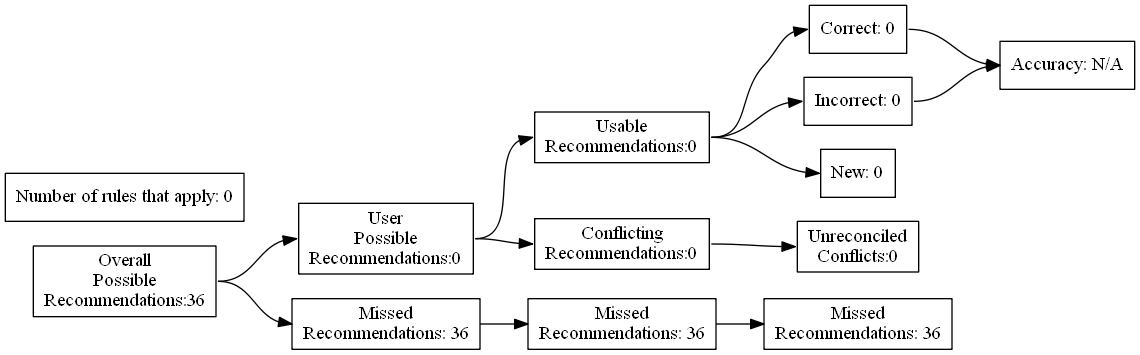
This is test_renders/83.gv.png from ZaxR/ibd_diet_analysis, a Graphviz export, as it was before one commit. Its source is kept beside it as test_renders/83.gv. The source it was exported from:
```dot
digraph {
	graph [rankdir=LR]
	node [pos=r shape=box]
	edge [headport=w tailport=e]
		A [label="Overall
Possible
Recommendations:36"]
		B [label="User
Possible
Recommendations:0"]
		C [label="Missed
Recommendations: 36"]
		D [label="Usable
Recommendations:0"]
		E [label="Conflicting
Recommendations:0"]
		J [label="Missed
Recommendations: 36"]
		M [label="Unreconciled
Conflicts:0"]
		F [label="Correct: 0"]
		G [label="Incorrect: 0"]
		H [label="New: 0"]
		K [label="Missed
Recommendations: 36"]
		I [label="Accuracy: N/A"]
		l [label="Number of rules that apply: 0"]
			A -> B
			A -> C
			B -> D
			B -> E
			D -> F
			D -> G
			D -> H
			F -> I
			G -> I
			C -> J
			J -> K
			E -> M
}
```
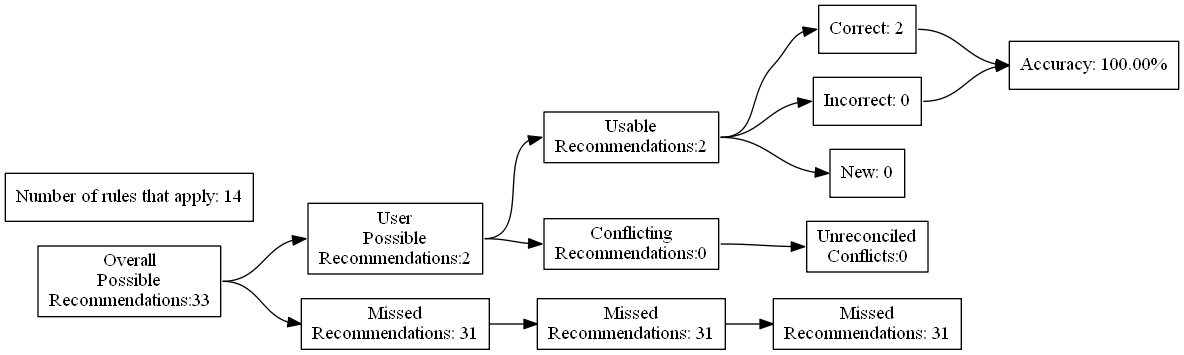
Later version of the same file.

Change to the diagram source:
```diff
@@ -4,27 +4,27 @@
 	edge [headport=w tailport=e]
 		A [label="Overall
 Possible
-Recommendations:36"]
+Recommendations:33"]
 		B [label="User
 Possible
-Recommendations:0"]
+Recommendations:2"]
 		C [label="Missed
-Recommendations: 36"]
+Recommendations: 31"]
 		D [label="Usable
-Recommendations:0"]
+Recommendations:2"]
 		E [label="Conflicting
 Recommendations:0"]
 		J [label="Missed
-Recommendations: 36"]
+Recommendations: 31"]
 		M [label="Unreconciled
 Conflicts:0"]
-		F [label="Correct: 0"]
+		F [label="Correct: 2"]
 		G [label="Incorrect: 0"]
 		H [label="New: 0"]
 		K [label="Missed
-Recommendations: 36"]
-		I [label="Accuracy: N/A"]
-		l [label="Number of rules that apply: 0"]
+Recommendations: 31"]
+		I [label="Accuracy: 100.00%"]
+		l [label="Number of rules that apply: 14"]
 			A -> B
 			A -> C
 			B -> D
```
